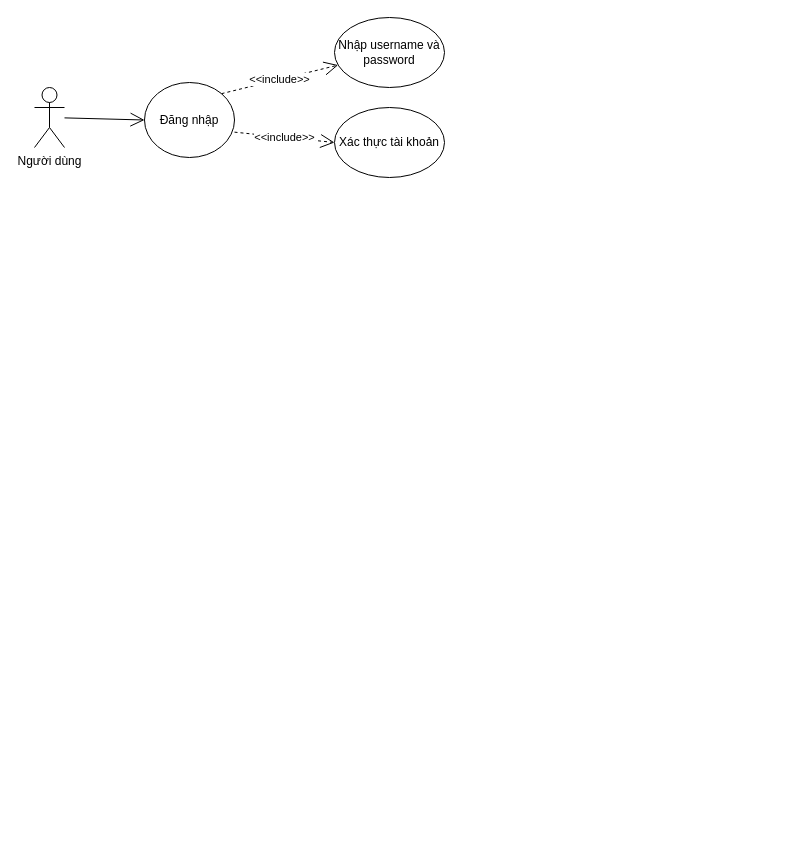
Above: page "UseCase" (2 of 2) of tttn.drawio in VanTruongPTITHCM2002/DoAnJava (draw.io), before the change. Source tidied: cells renumbered, new cells numbered last; positions are measured from the earlier drawing's top-left corner, leaving out a move shared by most shapes. Both pictures are drawn from the tidied source at 100%, with x=0, y=0 at pixel (34, 17).
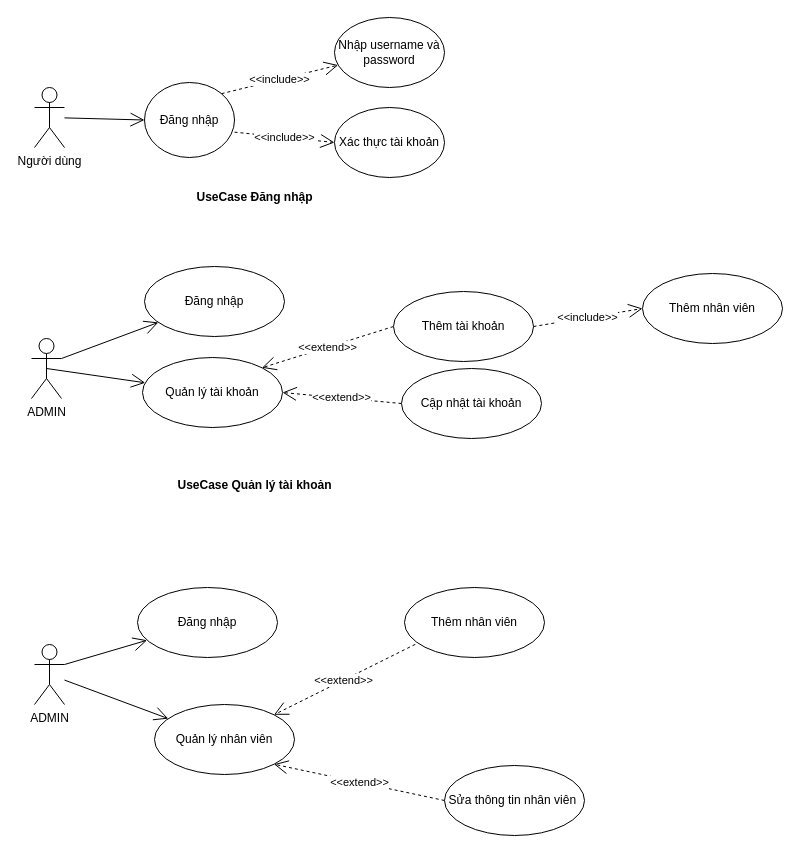
After the change.

Commit message (it also covers changes not shown here):
Cập nhật tttn.drawio

Diff of the diagram source:
```diff
@@
+    <mxCell id="9" value="UseCase Đăng nhập" style="text;align=center;fontStyle=1;verticalAlign=middle;spacingLeft=3;spacingRight=3;strokeColor=none;html=1;" parent="1" vertex="1">
+      <mxGeometry x="180" y="167" width="80" height="26" as="geometry" />
+    </mxCell>
+    <mxCell id="10" value="ADMIN" style="shape=umlActor;verticalLabelPosition=bottom;verticalAlign=top;html=1;" parent="1" vertex="1">
+      <mxGeometry x="-3" y="321" width="30" height="60" as="geometry" />
+    </mxCell>
+    <mxCell id="11" style="endArrow=open;endFill=1;endSize=12;html=1;rounded=0;exitX=1;exitY=0.3333333333333333;exitDx=0;exitDy=0;exitPerimeter=0;" parent="1" edge="1" source="10" target="12">
+      <mxGeometry relative="1" as="geometry" />
+    </mxCell>
+    <mxCell id="12" value="Đăng nhập" style="ellipse;whiteSpace=wrap;html=1;" parent="1" vertex="1">
+      <mxGeometry x="110" y="249" width="140" height="70" as="geometry" />
+    </mxCell>
+    <mxCell id="13" style="endArrow=open;endFill=1;endSize=12;html=1;rounded=0;exitX=0.5;exitY=0.5;exitDx=0;exitDy=0;exitPerimeter=0;" parent="1" edge="1" source="10" target="14">
+      <mxGeometry relative="1" as="geometry" />
+    </mxCell>
+    <mxCell id="14" value="Quản lý tài khoản" style="ellipse;whiteSpace=wrap;html=1;" parent="1" vertex="1">
+      <mxGeometry x="108" y="340" width="140" height="70" as="geometry" />
+    </mxCell>
+    <mxCell id="15" value="&amp;lt;&amp;lt;extend&amp;gt;&amp;gt;" style="endArrow=open;endSize=12;dashed=1;html=1;rounded=0;entryX=1;entryY=0;entryDx=0;entryDy=0;exitX=0;exitY=0.5;exitDx=0;exitDy=0;" parent="1" edge="1" source="17" target="14">
+      <mxGeometry relative="1" as="geometry" />
+    </mxCell>
+    <mxCell id="16" value="&amp;lt;&amp;lt;extend&amp;gt;&amp;gt;" style="endArrow=open;endSize=12;dashed=1;html=1;rounded=0;entryX=1;entryY=0.5;entryDx=0;entryDy=0;exitX=0;exitY=0.5;exitDx=0;exitDy=0;" parent="1" edge="1" source="18" target="14">
+      <mxGeometry relative="1" as="geometry" />
+    </mxCell>
+    <mxCell id="17" value="Thêm tài khoản" style="ellipse;whiteSpace=wrap;html=1;" parent="1" vertex="1">
+      <mxGeometry x="359" y="274" width="140" height="70" as="geometry" />
+    </mxCell>
+    <mxCell id="18" value="Cập nhật tài khoản" style="ellipse;whiteSpace=wrap;html=1;" parent="1" vertex="1">
+      <mxGeometry x="367" y="351" width="140" height="70" as="geometry" />
+    </mxCell>
+    <mxCell id="19" value="Thêm nhân viên" style="ellipse;whiteSpace=wrap;html=1;" parent="1" vertex="1">
+      <mxGeometry x="608" y="256" width="140" height="70" as="geometry" />
+    </mxCell>
+    <mxCell id="20" value="&amp;lt;&amp;lt;include&amp;gt;&amp;gt;" style="endArrow=open;endSize=12;dashed=1;html=1;rounded=0;exitX=1;exitY=0.5;exitDx=0;exitDy=0;entryX=0;entryY=0.5;entryDx=0;entryDy=0;" parent="1" edge="1" source="17" target="19">
+      <mxGeometry relative="1" as="geometry" />
+    </mxCell>
+    <mxCell id="21" value="UseCase Quản lý tài khoản" style="text;align=center;fontStyle=1;verticalAlign=middle;spacingLeft=3;spacingRight=3;strokeColor=none;html=1;" parent="1" vertex="1">
+      <mxGeometry x="180" y="455" width="80" height="26" as="geometry" />
+    </mxCell>
+    <mxCell id="22" value="ADMIN" style="shape=umlActor;verticalLabelPosition=bottom;verticalAlign=top;html=1;" parent="1" vertex="1">
+      <mxGeometry y="627" width="30" height="60" as="geometry" />
+    </mxCell>
+    <mxCell id="23" style="endArrow=open;endFill=1;endSize=12;html=1;rounded=0;exitX=1;exitY=0.3333333333333333;exitDx=0;exitDy=0;exitPerimeter=0;" parent="1" edge="1" source="22" target="24">
+      <mxGeometry relative="1" as="geometry" />
+    </mxCell>
+    <mxCell id="24" value="Đăng nhập" style="ellipse;whiteSpace=wrap;html=1;" parent="1" vertex="1">
+      <mxGeometry x="103" y="570" width="140" height="70" as="geometry" />
+    </mxCell>
+    <mxCell id="25" style="endArrow=open;endFill=1;endSize=12;html=1;rounded=0;" parent="1" edge="1" source="22" target="26">
+      <mxGeometry relative="1" as="geometry" />
+    </mxCell>
+    <mxCell id="26" value="Quản lý nhân viên" style="ellipse;whiteSpace=wrap;html=1;" parent="1" vertex="1">
+      <mxGeometry x="120" y="687" width="140" height="70" as="geometry" />
+    </mxCell>
+    <mxCell id="27" value="&amp;lt;&amp;lt;extend&amp;gt;&amp;gt;" style="endArrow=open;endSize=12;dashed=1;html=1;rounded=0;exitX=0.077;exitY=0.812;exitDx=0;exitDy=0;exitPerimeter=0;" parent="1" edge="1" source="29" target="26">
+      <mxGeometry x="0.01" relative="1" as="geometry" />
+    </mxCell>
+    <mxCell id="28" value="&amp;lt;&amp;lt;extend&amp;gt;&amp;gt;" style="endArrow=open;endSize=12;dashed=1;html=1;rounded=0;entryX=1;entryY=1;entryDx=0;entryDy=0;exitX=0;exitY=0.5;exitDx=0;exitDy=0;" parent="1" edge="1" source="30" target="26">
+      <mxGeometry relative="1" as="geometry" />
+    </mxCell>
+    <mxCell id="29" value="Thêm nhân viên" style="ellipse;whiteSpace=wrap;html=1;" parent="1" vertex="1">
+      <mxGeometry x="370" y="570" width="140" height="70" as="geometry" />
+    </mxCell>
+    <mxCell id="30" value="Sửa thông tin nhân viên&amp;nbsp;" style="ellipse;whiteSpace=wrap;html=1;" parent="1" vertex="1">
+      <mxGeometry x="410" y="748" width="140" height="70" as="geometry" />
+    </mxCell>
```
